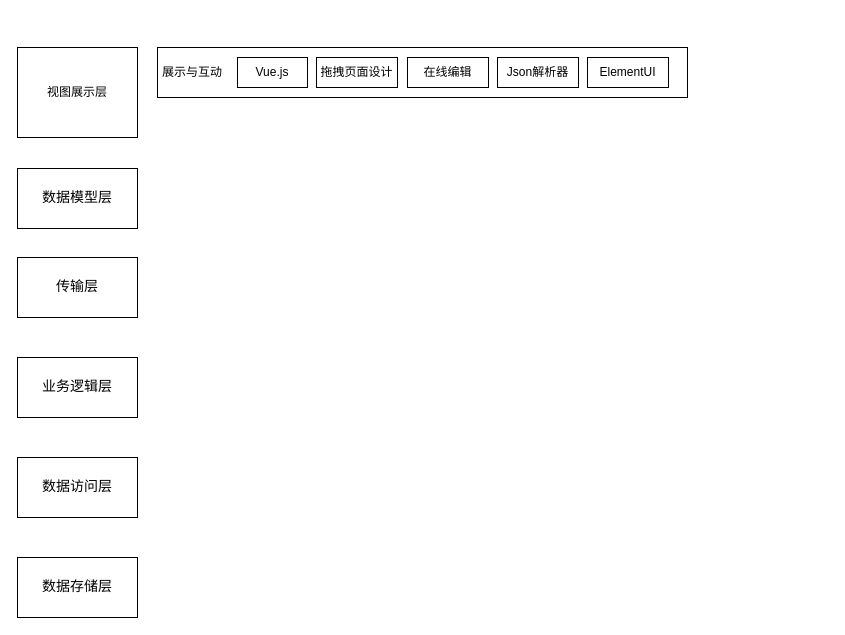
Before: 第四章.drawio in yuxinyu12345/diagrams, a draw.io diagram. Source tidied: cells renumbered, new cells numbered last; positions are measured from the earlier drawing's top-left corner, leaving out a move shared by most shapes. Both pictures are drawn from the tidied source at 100%, with x=0, y=0 at pixel (17, 47).
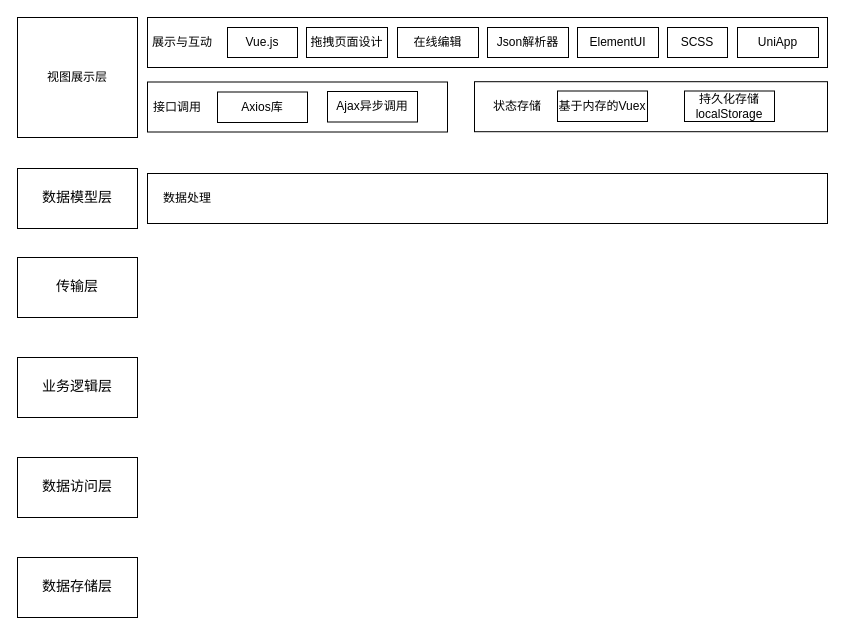
Above is the later version.

Commit message (it also covers changes not shown here):
更新第四章.drawio

What changed in the source:
```diff
@@
     <mxCell id="2" value="视图展示层" style="rounded=0;whiteSpace=wrap;html=1;" parent="1" vertex="1">
-      <mxGeometry width="120" height="90" as="geometry" />
+      <mxGeometry y="-30" width="120" height="120" as="geometry" />
     </mxCell>
@@
+    <mxCell id="11" value="&lt;p style=&quot;margin: 0pt 0pt 0.0001pt; text-align: justify; font-family: &amp;quot;Times New Roman&amp;quot;; font-size: 10.5pt;&quot; class=&quot;MsoNormal&quot;&gt;数据模型层&lt;/p&gt;" style="rounded=0;whiteSpace=wrap;html=1;" parent="1" vertex="1">
+      <mxGeometry y="121" width="120" height="60" as="geometry" />
+    </mxCell>
+    <mxCell id="15" style="rounded=0;whiteSpace=wrap;html=1;" parent="1" vertex="1">
+      <mxGeometry x="130" y="34.5" width="300" height="50" as="geometry" />
+    </mxCell>
+    <mxCell id="16" style="group;" parent="1" vertex="1">
+      <mxGeometry x="130" y="-30" width="680" height="50" as="geometry" />
+    </mxCell>
-    <mxCell id="7" style="rounded=0;whiteSpace=wrap;html=1;" parent="1" vertex="1">
-      <mxGeometry x="140" width="530" height="50" as="geometry" />
+    <mxCell id="7" style="rounded=0;whiteSpace=wrap;html=1;" parent="16" vertex="1">
+      <mxGeometry width="680" height="50" as="geometry" />
     </mxCell>
+    <mxCell id="17" style="group;" parent="16" vertex="1">
+      <mxGeometry y="10" width="671" height="30" as="geometry" />
+    </mxCell>
-    <mxCell id="8" value="展示与互动" style="text;html=1;strokeColor=none;fillColor=none;align=center;verticalAlign=middle;whiteSpace=wrap;rounded=0;" parent="1" vertex="1">
-      <mxGeometry x="140" y="10" width="70" height="30" as="geometry" />
+    <mxCell id="8" value="展示与互动" style="text;html=1;strokeColor=none;fillColor=none;align=center;verticalAlign=middle;whiteSpace=wrap;rounded=0;" parent="17" vertex="1">
+      <mxGeometry width="70" height="30" as="geometry" />
     </mxCell>
-    <mxCell id="9" value="Vue.js" style="rounded=0;whiteSpace=wrap;html=1;" parent="1" vertex="1">
-      <mxGeometry x="220" y="10" width="70" height="30" as="geometry" />
+    <mxCell id="9" value="Vue.js" style="rounded=0;whiteSpace=wrap;html=1;" parent="17" vertex="1">
+      <mxGeometry x="80" width="70" height="30" as="geometry" />
     </mxCell>
-    <mxCell id="10" value="拖拽页面设计" style="rounded=0;whiteSpace=wrap;html=1;" parent="1" vertex="1">
-      <mxGeometry x="299" y="10" width="81" height="30" as="geometry" />
+    <mxCell id="10" value="拖拽页面设计" style="rounded=0;whiteSpace=wrap;html=1;" parent="17" vertex="1">
+      <mxGeometry x="159" width="81" height="30" as="geometry" />
     </mxCell>
-    <mxCell id="11" value="&lt;p style=&quot;margin: 0pt 0pt 0.0001pt; text-align: justify; font-family: &amp;quot;Times New Roman&amp;quot;; font-size: 10.5pt;&quot; class=&quot;MsoNormal&quot;&gt;数据模型层&lt;/p&gt;" style="rounded=0;whiteSpace=wrap;html=1;" parent="1" vertex="1">
-      <mxGeometry y="121" width="120" height="60" as="geometry" />
-    </mxCell>
-    <mxCell id="12" value="在线编辑" style="rounded=0;whiteSpace=wrap;html=1;" parent="1" vertex="1">
-      <mxGeometry x="390" y="10" width="81" height="30" as="geometry" />
+    <mxCell id="12" value="在线编辑" style="rounded=0;whiteSpace=wrap;html=1;" parent="17" vertex="1">
+      <mxGeometry x="250" width="81" height="30" as="geometry" />
     </mxCell>
-    <mxCell id="13" value="Json解析器" style="rounded=0;whiteSpace=wrap;html=1;" parent="1" vertex="1">
-      <mxGeometry x="480" y="10" width="81" height="30" as="geometry" />
+    <mxCell id="13" value="Json解析器" style="rounded=0;whiteSpace=wrap;html=1;" parent="17" vertex="1">
+      <mxGeometry x="340" width="81" height="30" as="geometry" />
     </mxCell>
-    <mxCell id="14" value="ElementUI" style="rounded=0;whiteSpace=wrap;html=1;" parent="1" vertex="1">
-      <mxGeometry x="570" y="10" width="81" height="30" as="geometry" />
+    <mxCell id="14" value="ElementUI" style="rounded=0;whiteSpace=wrap;html=1;" parent="17" vertex="1">
+      <mxGeometry x="430" width="81" height="30" as="geometry" />
     </mxCell>
+    <mxCell id="18" value="SCSS" style="rounded=0;whiteSpace=wrap;html=1;" parent="17" vertex="1">
+      <mxGeometry x="520" width="60" height="30" as="geometry" />
+    </mxCell>
+    <mxCell id="19" value="UniApp" style="rounded=0;whiteSpace=wrap;html=1;" parent="17" vertex="1">
+      <mxGeometry x="590" width="81" height="30" as="geometry" />
+    </mxCell>
+    <mxCell id="20" value="接口调用" style="text;html=1;strokeColor=none;fillColor=none;align=center;verticalAlign=middle;whiteSpace=wrap;rounded=0;" parent="1" vertex="1">
+      <mxGeometry x="130" y="44.5" width="60" height="30" as="geometry" />
+    </mxCell>
+    <mxCell id="21" value="Axios库" style="rounded=0;whiteSpace=wrap;html=1;" parent="1" vertex="1">
+      <mxGeometry x="200" y="44.5" width="90" height="30.5" as="geometry" />
+    </mxCell>
+    <mxCell id="22" value="Ajax异步调用" style="rounded=0;whiteSpace=wrap;html=1;" parent="1" vertex="1">
+      <mxGeometry x="310" y="44" width="90" height="30.5" as="geometry" />
+    </mxCell>
+    <mxCell id="23" style="rounded=0;whiteSpace=wrap;html=1;" parent="1" vertex="1">
+      <mxGeometry x="457" y="34.2" width="353" height="50" as="geometry" />
+    </mxCell>
+    <mxCell id="24" value="状态存储" style="text;html=1;strokeColor=none;fillColor=none;align=center;verticalAlign=middle;whiteSpace=wrap;rounded=0;" parent="1" vertex="1">
+      <mxGeometry x="470" y="44" width="60" height="30" as="geometry" />
+    </mxCell>
+    <mxCell id="25" value="基于内存的Vuex" style="rounded=0;whiteSpace=wrap;html=1;" parent="1" vertex="1">
+      <mxGeometry x="540" y="43.5" width="90" height="30.5" as="geometry" />
+    </mxCell>
+    <mxCell id="26" value="持久化存储localStorage" style="rounded=0;whiteSpace=wrap;html=1;" parent="1" vertex="1">
+      <mxGeometry x="667" y="43.5" width="90" height="30.5" as="geometry" />
+    </mxCell>
+    <mxCell id="27" style="rounded=0;whiteSpace=wrap;html=1;" parent="1" vertex="1">
+      <mxGeometry x="130" y="126" width="680" height="50" as="geometry" />
+    </mxCell>
+    <mxCell id="28" value="数据处理" style="text;html=1;strokeColor=none;fillColor=none;align=center;verticalAlign=middle;whiteSpace=wrap;rounded=0;" parent="1" vertex="1">
+      <mxGeometry x="140" y="136" width="60" height="30" as="geometry" />
+    </mxCell>
```
